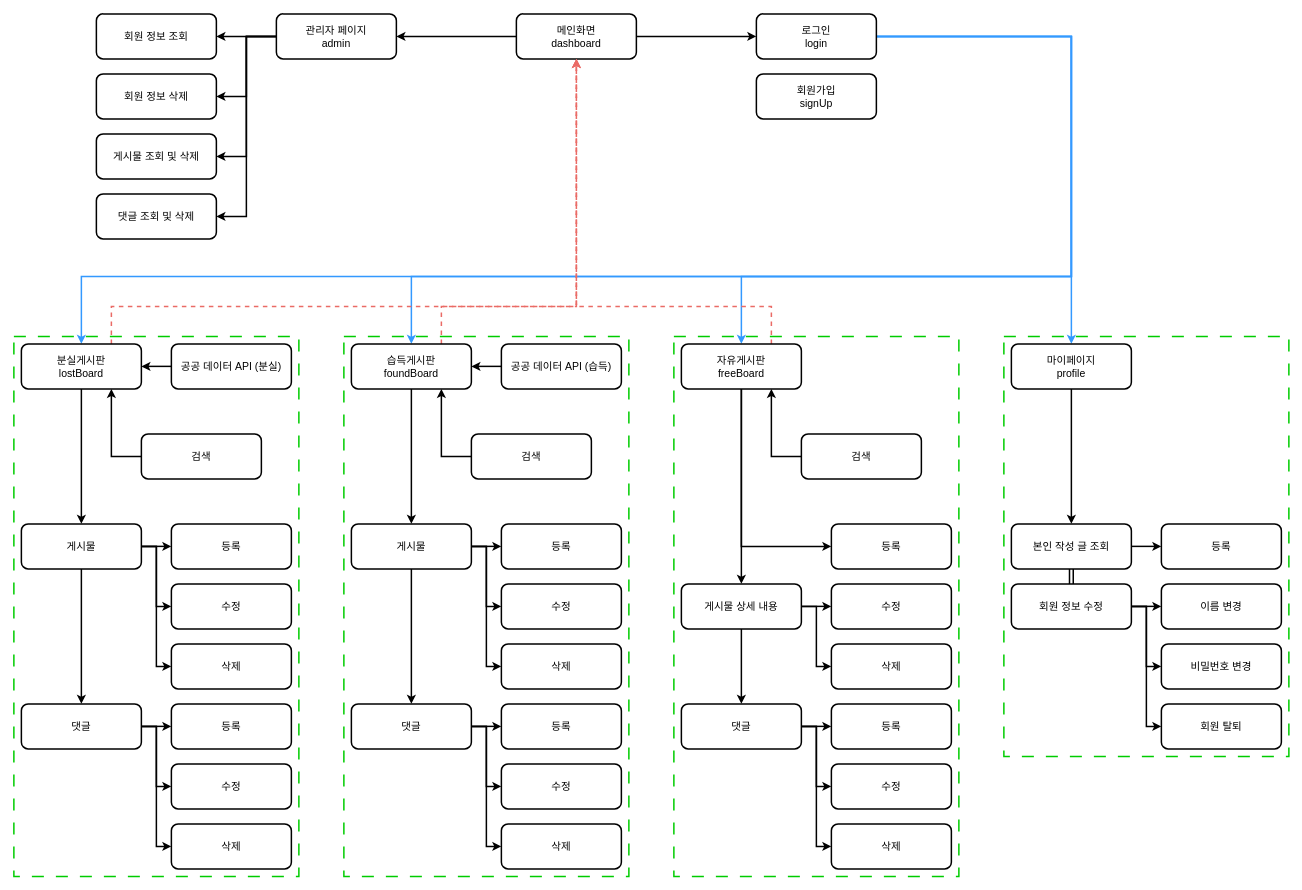
Before: storyBoard.drawio in prnsslcn/lostAndFound, a draw.io diagram. Source tidied: cells renumbered, new cells numbered last; positions are measured from the earlier drawing's top-left corner, leaving out a move shared by most shapes. Both pictures are drawn from the tidied source at 75%, with x=0, y=0 at pixel (14, 14).
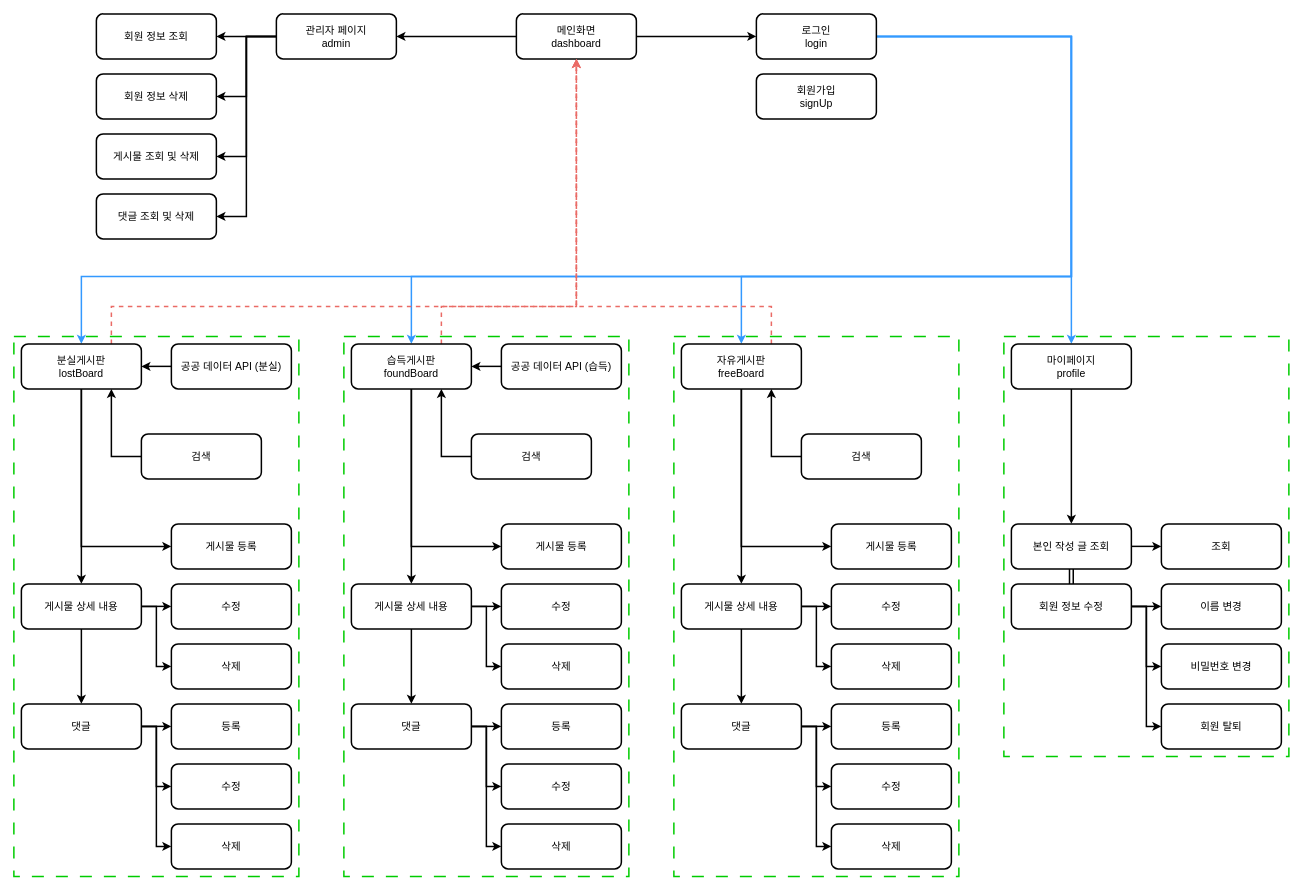
The same diagram, later.

Commit message:
게시물 등록 논리

The change refers to these unchanged cells:
```xml
<mxCell id="26" value="&lt;span style=&quot;font-size: 14px;&quot;&gt;분실게시판&lt;/span&gt;&lt;div&gt;&lt;span style=&quot;font-size: 14px;&quot;&gt;lostBoard&lt;/span&gt;&lt;/div&gt;" style="rounded=1;whiteSpace=wrap;html=1;strokeWidth=2;" parent="1" vertex="1">
  <mxGeometry x="10" y="440" width="160" height="60" as="geometry" />
</mxCell>
<mxCell id="44" value="&lt;span style=&quot;font-size: 14px;&quot;&gt;습득게시판&lt;/span&gt;&lt;div&gt;&lt;span style=&quot;font-size: 14px;&quot;&gt;foundBoard&lt;/span&gt;&lt;/div&gt;" style="rounded=1;whiteSpace=wrap;html=1;strokeWidth=2;" parent="1" vertex="1">
  <mxGeometry x="450" y="440" width="160" height="60" as="geometry" />
</mxCell>
```

The edit, as a diff of the source:
```diff
@@
+    <mxCell id="101" style="edgeStyle=orthogonalEdgeStyle;rounded=0;jettySize=auto;html=1;exitX=0.5;exitY=1;exitDx=0;exitDy=0;entryX=0;entryY=0.5;entryDx=0;entryDy=0;strokeWidth=2;" parent="1" edge="1" source="26" target="28">
+      <mxGeometry relative="1" as="geometry" />
+    </mxCell>
@@
-    <mxCell id="28" value="&lt;span style=&quot;font-size: 14px;&quot;&gt;등록&lt;/span&gt;" style="rounded=1;whiteSpace=wrap;html=1;strokeWidth=2;" parent="1" vertex="1">
+    <mxCell id="28" value="&lt;span style=&quot;font-size: 14px;&quot;&gt;게시물 등록&lt;/span&gt;" style="rounded=1;whiteSpace=wrap;html=1;strokeWidth=2;" parent="1" vertex="1">
       <mxGeometry x="210" y="680" width="160" height="60" as="geometry" />
     </mxCell>
@@
-    <mxCell id="31" style="edgeStyle=orthogonalEdgeStyle;rounded=0;jettySize=auto;html=1;exitX=1;exitY=0.5;exitDx=0;exitDy=0;entryX=0;entryY=0.5;entryDx=0;entryDy=0;strokeWidth=2;" parent="1" edge="1" source="34" target="28">
-      <mxGeometry relative="1" as="geometry" />
-    </mxCell>
@@
-    <mxCell id="34" value="&lt;span style=&quot;font-size: 14px;&quot;&gt;게시물&lt;/span&gt;" style="rounded=1;whiteSpace=wrap;html=1;strokeWidth=2;" parent="1" vertex="1">
-      <mxGeometry x="10" y="680" width="160" height="60" as="geometry" />
+    <mxCell id="34" value="&lt;span style=&quot;font-size: 14px;&quot;&gt;게시물 상세 내용&lt;/span&gt;" style="rounded=1;whiteSpace=wrap;html=1;strokeWidth=2;" parent="1" vertex="1">
+      <mxGeometry x="10" y="760" width="160" height="60" as="geometry" />
     </mxCell>
@@
+    <mxCell id="102" style="edgeStyle=orthogonalEdgeStyle;rounded=0;jettySize=auto;html=1;exitX=0.5;exitY=1;exitDx=0;exitDy=0;entryX=0;entryY=0.5;entryDx=0;entryDy=0;strokeWidth=2;" parent="1" edge="1" source="44" target="46">
+      <mxGeometry relative="1" as="geometry" />
+    </mxCell>
@@
-    <mxCell id="46" value="&lt;span style=&quot;font-size: 14px;&quot;&gt;등록&lt;/span&gt;" style="rounded=1;whiteSpace=wrap;html=1;strokeWidth=2;" parent="1" vertex="1">
+    <mxCell id="46" value="&lt;span style=&quot;font-size: 14px;&quot;&gt;게시물 등록&lt;/span&gt;" style="rounded=1;whiteSpace=wrap;html=1;strokeWidth=2;" parent="1" vertex="1">
       <mxGeometry x="650" y="680" width="160" height="60" as="geometry" />
     </mxCell>
@@
-    <mxCell id="49" style="edgeStyle=orthogonalEdgeStyle;rounded=0;jettySize=auto;html=1;exitX=1;exitY=0.5;exitDx=0;exitDy=0;entryX=0;entryY=0.5;entryDx=0;entryDy=0;strokeWidth=2;" parent="1" edge="1" source="52" target="46">
-      <mxGeometry relative="1" as="geometry" />
-    </mxCell>
@@
-    <mxCell id="52" value="&lt;span style=&quot;font-size: 14px;&quot;&gt;게시물&lt;/span&gt;" style="rounded=1;whiteSpace=wrap;html=1;strokeWidth=2;" parent="1" vertex="1">
-      <mxGeometry x="450" y="680" width="160" height="60" as="geometry" />
+    <mxCell id="52" value="&lt;span style=&quot;font-size: 14px;&quot;&gt;게시물 상세 내용&lt;/span&gt;" style="rounded=1;whiteSpace=wrap;html=1;strokeWidth=2;" parent="1" vertex="1">
+      <mxGeometry x="450" y="760" width="160" height="60" as="geometry" />
     </mxCell>
@@
-    <mxCell id="65" value="&lt;span style=&quot;font-size: 14px;&quot;&gt;등록&lt;/span&gt;" style="rounded=1;whiteSpace=wrap;html=1;strokeWidth=2;" parent="1" vertex="1">
+    <mxCell id="65" value="&lt;span style=&quot;font-size: 14px;&quot;&gt;게시물 등록&lt;/span&gt;" style="rounded=1;whiteSpace=wrap;html=1;strokeWidth=2;" parent="1" vertex="1">
       <mxGeometry x="1090" y="680" width="160" height="60" as="geometry" />
     </mxCell>
@@
-    <mxCell id="90" value="&lt;span style=&quot;font-size: 14px;&quot;&gt;등록&lt;/span&gt;" style="rounded=1;whiteSpace=wrap;html=1;strokeWidth=2;" parent="1" vertex="1">
+    <mxCell id="90" value="&lt;span style=&quot;font-size: 14px;&quot;&gt;조회&lt;/span&gt;" style="rounded=1;whiteSpace=wrap;html=1;strokeWidth=2;" parent="1" vertex="1">
       <mxGeometry x="1530" y="680" width="160" height="60" as="geometry" />
     </mxCell>
```
